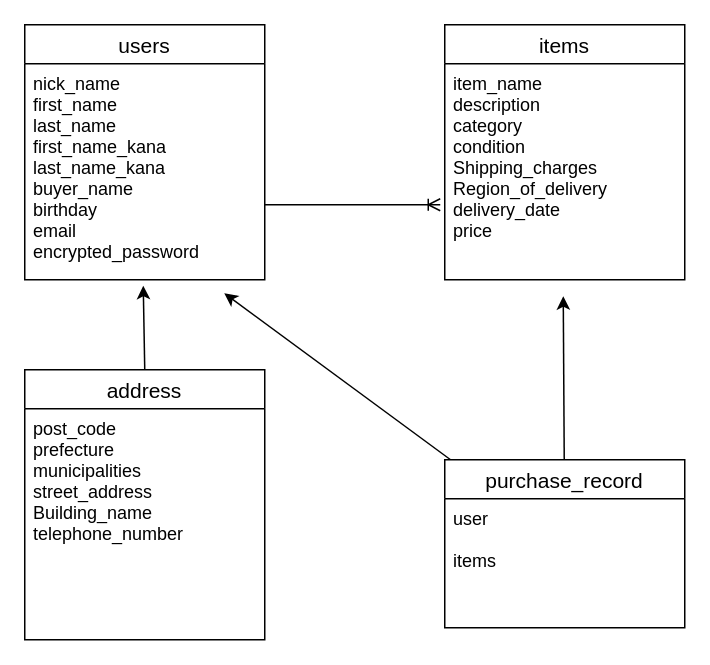
This is DB.dio from Matsu1209/furima-39596, a draw.io file, before an edit. Source tidied: cells renumbered, new cells numbered last; positions are measured from the earlier drawing's top-left corner, leaving out a move shared by most shapes. Both pictures are drawn from the tidied source at 150%, with x=0, y=0 at pixel (24, 24).
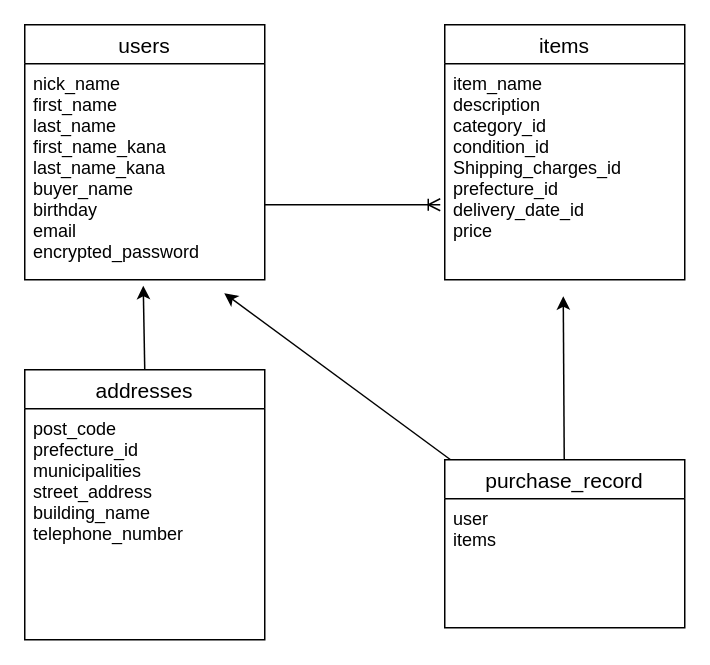
Above is the later version.

What changed in the source:
```diff
@@
 <mxGraphModel>
   <root>
     <mxCell id="0" />
     <mxCell id="1" parent="0" />
     <mxCell id="2" value="users" style="swimlane;fontStyle=0;horizontal=1;startSize=26;align=center;fontSize=14;" parent="1" vertex="1">
       <mxGeometry width="160" height="170" as="geometry" />
     </mxCell>
     <mxCell id="3" value="nick_name&#10;first_name&#10;last_name&#10;first_name_kana&#10;last_name_kana&#10;buyer_name&#10;birthday&#10;email&#10;encrypted_password" style="text;strokeColor=none;fillColor=none;spacingLeft=4;spacingRight=4;overflow=hidden;points=[[0,0.5],[1,0.5]];portConstraint=eastwest;fontSize=12;" parent="2" vertex="1">
       <mxGeometry y="26" width="160" height="144" as="geometry" />
     </mxCell>
     <mxCell id="4" value="items" style="swimlane;fontStyle=0;horizontal=1;startSize=26;align=center;fontSize=14;" parent="1" vertex="1">
       <mxGeometry x="280" width="160" height="170" as="geometry" />
     </mxCell>
-    <mxCell id="5" value="item_name&#10;description&#10;category&#10;condition&#10;Shipping_charges&#10;Region_of_delivery&#10;delivery_date&#10;price" style="text;strokeColor=none;fillColor=none;spacingLeft=4;spacingRight=4;overflow=hidden;fontSize=12;" parent="4" vertex="1">
+    <mxCell id="5" value="item_name&#10;description&#10;category_id&#10;condition_id&#10;Shipping_charges_id&#10;prefecture_id&#10;delivery_date_id&#10;price" style="text;strokeColor=none;fillColor=none;spacingLeft=4;spacingRight=4;overflow=hidden;fontSize=12;" parent="4" vertex="1">
       <mxGeometry y="26" width="160" height="144" as="geometry" />
     </mxCell>
     <mxCell id="6" style="html=1;entryX=0.494;entryY=1;entryDx=0;entryDy=0;entryPerimeter=0;endArrow=classic;endFill=1;exitX=0.5;exitY=0;exitDx=0;exitDy=0;" parent="1" edge="1" source="7">
       <mxGeometry relative="1" as="geometry">
         <mxPoint x="79" y="174" as="targetPoint" />
       </mxGeometry>
     </mxCell>
-    <mxCell id="7" value="address" style="swimlane;fontStyle=0;horizontal=1;startSize=26;align=center;fontSize=14;" parent="1" vertex="1">
+    <mxCell id="7" value="addresses" style="swimlane;fontStyle=0;horizontal=1;startSize=26;align=center;fontSize=14;" parent="1" vertex="1">
       <mxGeometry y="230" width="160" height="180" as="geometry" />
     </mxCell>
-    <mxCell id="8" value="post_code&#10;prefecture&#10;municipalities&#10;street_address&#10;Building_name&#10;telephone_number" style="text;strokeColor=none;fillColor=none;spacingLeft=4;spacingRight=4;overflow=hidden;fontSize=12;" parent="7" vertex="1">
+    <mxCell id="8" value="post_code&#10;prefecture_id&#10;municipalities&#10;street_address&#10;building_name&#10;telephone_number" style="text;strokeColor=none;fillColor=none;spacingLeft=4;spacingRight=4;overflow=hidden;fontSize=12;" parent="7" vertex="1">
       <mxGeometry y="26" width="160" height="154" as="geometry" />
     </mxCell>
     <mxCell id="9" style="edgeStyle=none;html=1;entryX=0.831;entryY=1.053;entryDx=0;entryDy=0;entryPerimeter=0;endArrow=classic;endFill=1;" parent="1" edge="1" source="11">
       <mxGeometry relative="1" as="geometry">
         <mxPoint x="133" y="179" as="targetPoint" />
       </mxGeometry>
     </mxCell>
     <mxCell id="10" style="edgeStyle=none;html=1;endArrow=classic;endFill=1;entryX=0.494;entryY=1.034;entryDx=0;entryDy=0;entryPerimeter=0;" parent="1" edge="1" source="11">
       <mxGeometry relative="1" as="geometry">
         <mxPoint x="359" y="181" as="targetPoint" />
       </mxGeometry>
     </mxCell>
     <mxCell id="11" value="purchase_record" style="swimlane;fontStyle=0;horizontal=1;startSize=26;align=center;fontSize=14;" parent="1" vertex="1">
       <mxGeometry x="280" y="290" width="160" height="112" as="geometry" />
     </mxCell>
-    <mxCell id="12" value="user&#10;&#10;items" style="text;strokeColor=none;fillColor=none;spacingLeft=4;spacingRight=4;overflow=hidden;fontSize=12;" parent="11" vertex="1">
+    <mxCell id="12" value="user&#10;items" style="text;strokeColor=none;fillColor=none;spacingLeft=4;spacingRight=4;overflow=hidden;fontSize=12;" parent="11" vertex="1">
       <mxGeometry y="26" width="160" height="86" as="geometry" />
     </mxCell>
     <mxCell id="13" style="edgeStyle=none;html=1;endArrow=ERoneToMany;endFill=0;exitX=1;exitY=0.653;exitDx=0;exitDy=0;exitPerimeter=0;" parent="1" edge="1" source="3">
       <mxGeometry relative="1" as="geometry">
         <mxPoint x="277" y="120" as="targetPoint" />
       </mxGeometry>
     </mxCell>
   </root>
 </mxGraphModel>
```
